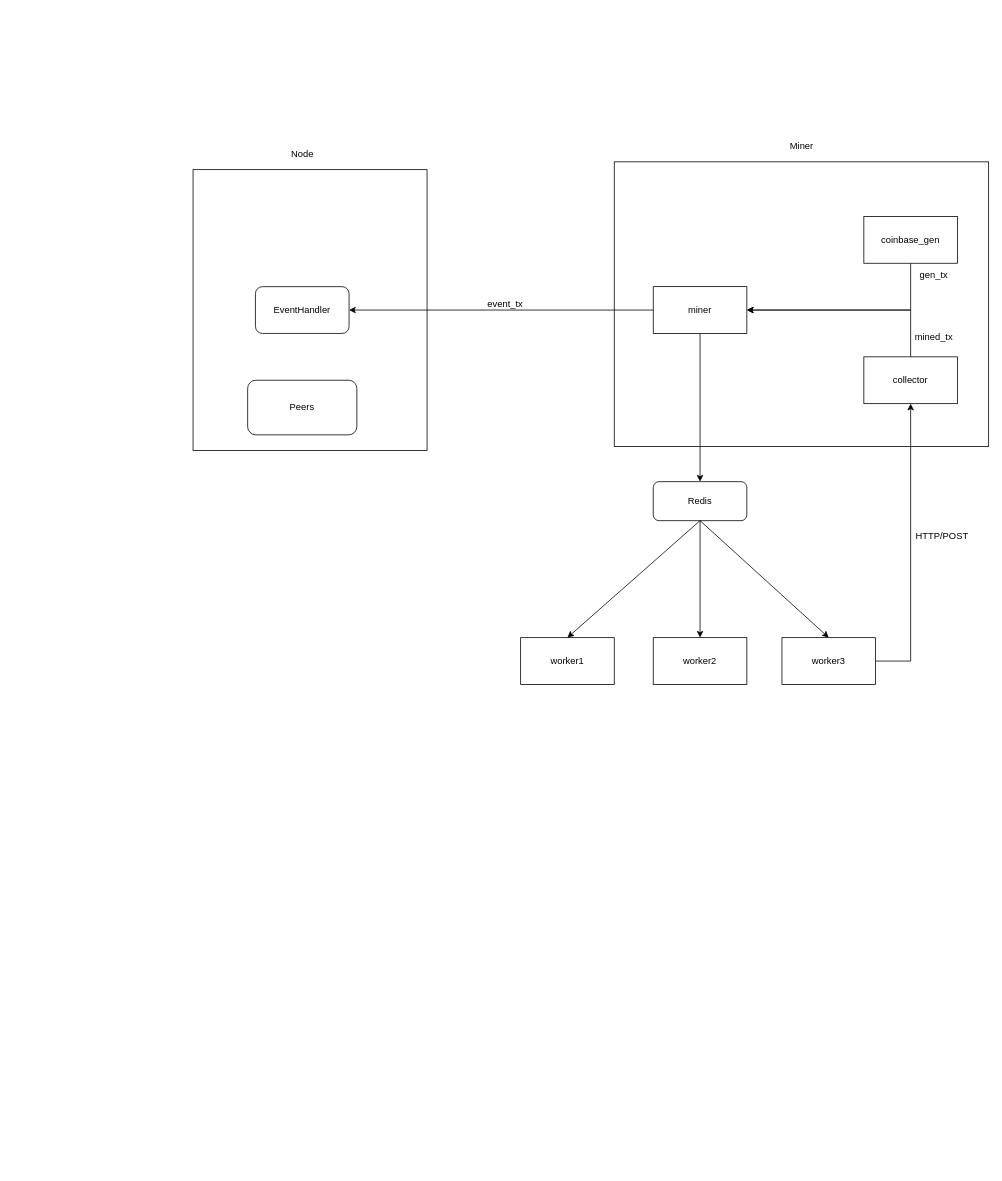
ghostant-1017/hello_world keeps this draw.io diagram as Untitled Diagram.drawio. Above is the earlier version. Source tidied: cells renumbered, new cells numbered last; positions are measured from the earlier drawing's top-left corner, leaving out a move shared by most shapes. Both pictures are drawn from the tidied source at 78%, with x=0, y=0 at pixel (193, 138).
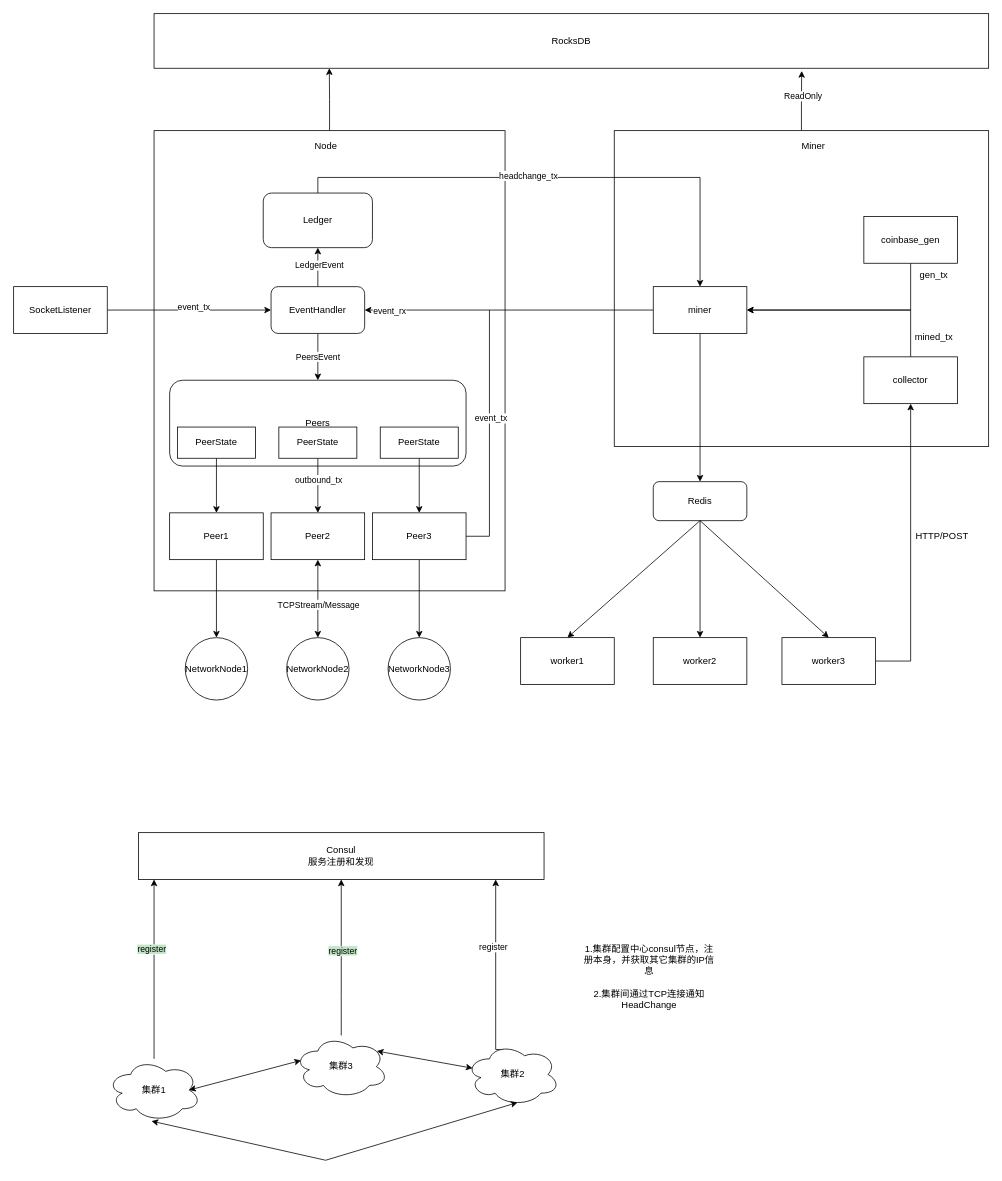
Above is the later version.

Unchanged cells that the change refers to:
```xml
<mxCell id="6" style="edgeStyle=orthogonalEdgeStyle;rounded=0;jettySize=auto;html=1;entryX=1;entryY=0.5;entryDx=0;entryDy=0;" parent="1" edge="1" source="7" target="26">
  <mxGeometry relative="1" as="geometry" />
</mxCell>
<mxCell id="7" value="miner" style="rounded=0;whiteSpace=wrap;html=1;strokeWidth=1;" parent="1" vertex="1">
  <mxGeometry x="590" y="190" width="120" height="60" as="geometry" />
</mxCell>
```

What changed in the source:
```diff
@@
+    <mxCell id="27" style="edgeStyle=orthogonalEdgeStyle;rounded=0;jettySize=auto;html=1;entryX=0.21;entryY=1;entryDx=0;entryDy=0;entryPerimeter=0;" parent="1" edge="1" source="2" target="59">
+      <mxGeometry relative="1" as="geometry" />
+    </mxCell>
     <mxCell id="2" style="rounded=0;whiteSpace=wrap;html=1;" parent="1" vertex="1">
-      <mxGeometry y="40" width="300" height="360" as="geometry" />
+      <mxGeometry x="-50" y="-10" width="450" height="590" as="geometry" />
     </mxCell>
+    <mxCell id="28" style="edgeStyle=orthogonalEdgeStyle;rounded=0;jettySize=auto;html=1;entryX=0.776;entryY=1.05;entryDx=0;entryDy=0;entryPerimeter=0;" parent="1" edge="1" source="3" target="59">
+      <mxGeometry relative="1" as="geometry" />
+    </mxCell>
+    <mxCell id="29" value="ReadOnly" style="edgeLabel;html=1;align=center;verticalAlign=middle;" parent="28" vertex="1">
+      <mxGeometry x="0.2" y="-1" relative="1" as="geometry">
+        <mxPoint y="1" as="offset" />
+      </mxGeometry>
+    </mxCell>
     <mxCell id="3" style="rounded=0;whiteSpace=wrap;html=1;" parent="1" vertex="1">
-      <mxGeometry x="540" y="30" width="480" height="365" as="geometry" />
+      <mxGeometry x="540" y="-10" width="480" height="405" as="geometry" />
     </mxCell>
     <mxCell id="4" value="Miner" style="text;html=1;align=center;verticalAlign=middle;strokeColor=none;fillColor=none;strokeWidth=1;" parent="1" vertex="1">
-      <mxGeometry x="755" width="50" height="20" as="geometry" />
+      <mxGeometry x="770" width="50" height="20" as="geometry" />
     </mxCell>
@@
+    <mxCell id="30" value="event_rx" style="edgeLabel;html=1;align=center;verticalAlign=middle;" parent="6" vertex="1">
+      <mxGeometry x="-0.08" y="-3" relative="1" as="geometry">
+        <mxPoint x="-169" y="3" as="offset" />
+      </mxGeometry>
+    </mxCell>
@@
-    <mxCell id="23" value="event_tx" style="text;html=1;align=center;verticalAlign=middle;strokeColor=none;fillColor=none;" parent="1" vertex="1">
-      <mxGeometry x="370" y="202.5" width="60" height="20" as="geometry" />
-    </mxCell>
     <mxCell id="24" value="Node" style="text;html=1;align=center;verticalAlign=middle;strokeColor=none;fillColor=none;" parent="1" vertex="1">
-      <mxGeometry x="120" y="10" width="40" height="20" as="geometry" />
+      <mxGeometry x="150" width="40" height="20" as="geometry" />
     </mxCell>
     <mxCell id="25" value="Peers" style="rounded=1;whiteSpace=wrap;html=1;strokeWidth=1;" parent="1" vertex="1">
-      <mxGeometry x="70" y="310" width="140" height="70" as="geometry" />
+      <mxGeometry x="-30" y="310" width="380" height="110" as="geometry" />
     </mxCell>
+    <mxCell id="31" value="PeersEvent" style="edgeStyle=orthogonalEdgeStyle;rounded=0;jettySize=auto;html=1;" parent="1" edge="1" source="26" target="25">
+      <mxGeometry relative="1" as="geometry" />
+    </mxCell>
+    <mxCell id="32" style="edgeStyle=orthogonalEdgeStyle;rounded=0;jettySize=auto;html=1;" parent="1" edge="1" source="26" target="41">
+      <mxGeometry relative="1" as="geometry" />
+    </mxCell>
+    <mxCell id="33" value="LedgerEvent" style="edgeLabel;html=1;align=center;verticalAlign=middle;" parent="32" vertex="1">
+      <mxGeometry x="0.12" y="-1" relative="1" as="geometry" />
+    </mxCell>
     <mxCell id="26" value="EventHandler" style="rounded=1;whiteSpace=wrap;html=1;strokeWidth=1;" parent="1" vertex="1">
-      <mxGeometry x="80" y="190" width="120" height="60" as="geometry" />
+      <mxGeometry x="100" y="190" width="120" height="60" as="geometry" />
     </mxCell>
+    <mxCell id="34" style="edgeStyle=orthogonalEdgeStyle;rounded=0;jettySize=auto;html=1;entryX=0.5;entryY=0;entryDx=0;entryDy=0;" parent="1" edge="1" source="35" target="54">
+      <mxGeometry relative="1" as="geometry" />
+    </mxCell>
+    <mxCell id="35" value="Peer1" style="rounded=0;whiteSpace=wrap;html=1;strokeWidth=1;" parent="1" vertex="1">
+      <mxGeometry x="-30" y="480" width="120" height="60" as="geometry" />
+    </mxCell>
+    <mxCell id="36" value="Peer2" style="rounded=0;whiteSpace=wrap;html=1;strokeWidth=1;" parent="1" vertex="1">
+      <mxGeometry x="100" y="480" width="120" height="60" as="geometry" />
+    </mxCell>
+    <mxCell id="37" style="edgeStyle=orthogonalEdgeStyle;rounded=0;jettySize=auto;html=1;entryX=0.5;entryY=0;entryDx=0;entryDy=0;" parent="1" edge="1" source="38" target="55">
+      <mxGeometry relative="1" as="geometry" />
+    </mxCell>
+    <mxCell id="38" value="Peer3" style="rounded=0;whiteSpace=wrap;html=1;strokeWidth=1;" parent="1" vertex="1">
+      <mxGeometry x="230" y="480" width="120" height="60" as="geometry" />
+    </mxCell>
+    <mxCell id="39" style="edgeStyle=orthogonalEdgeStyle;rounded=0;jettySize=auto;html=1;exitX=0.5;exitY=0;exitDx=0;exitDy=0;" parent="1" edge="1" source="41" target="7">
+      <mxGeometry relative="1" as="geometry" />
+    </mxCell>
+    <mxCell id="40" value="headchange_tx" style="edgeLabel;html=1;align=center;verticalAlign=middle;" parent="39" vertex="1">
+      <mxGeometry x="-0.2" y="3" relative="1" as="geometry">
+        <mxPoint x="29" as="offset" />
+      </mxGeometry>
+    </mxCell>
+    <mxCell id="41" value="Ledger" style="rounded=1;whiteSpace=wrap;html=1;strokeWidth=1;" parent="1" vertex="1">
+      <mxGeometry x="90" y="70" width="140" height="70" as="geometry" />
+    </mxCell>
+    <mxCell id="42" style="endArrow=none;html=1;rounded=0;exitX=1;exitY=0.5;exitDx=0;exitDy=0;" parent="1" edge="1" source="38">
+      <mxGeometry relative="1" as="geometry">
+        <mxPoint x="380" y="220" as="targetPoint" />
+        <Array as="points">
+          <mxPoint x="380" y="510" />
+          <mxPoint x="380" y="370" />
+        </Array>
+      </mxGeometry>
+    </mxCell>
+    <mxCell id="43" value="event_tx" style="edgeLabel;html=1;align=center;verticalAlign=middle;" parent="42" vertex="1">
+      <mxGeometry x="0.14" y="-1" relative="1" as="geometry" />
+    </mxCell>
+    <mxCell id="44" value="NetworkNode2" style="ellipse;whiteSpace=wrap;html=1;strokeWidth=1;" parent="1" vertex="1">
+      <mxGeometry x="120" y="640" width="80" height="80" as="geometry" />
+    </mxCell>
+    <mxCell id="45" style="endArrow=classic;startArrow=classic;html=1;rounded=0;entryX=0.5;entryY=1;entryDx=0;entryDy=0;exitX=0.5;exitY=0;exitDx=0;exitDy=0;" parent="1" edge="1" source="44" target="36">
+      <mxGeometry relative="1" as="geometry" />
+    </mxCell>
+    <mxCell id="46" value="TCPStream/Message" style="edgeLabel;html=1;align=center;verticalAlign=middle;" parent="45" vertex="1">
+      <mxGeometry x="0.17" y="-2" relative="1" as="geometry">
+        <mxPoint x="-2" y="16" as="offset" />
+      </mxGeometry>
+    </mxCell>
+    <mxCell id="47" style="edgeStyle=orthogonalEdgeStyle;rounded=0;jettySize=auto;html=1;" parent="1" edge="1" source="48" target="35">
+      <mxGeometry relative="1" as="geometry" />
+    </mxCell>
+    <mxCell id="48" value="PeerState" style="rounded=0;whiteSpace=wrap;html=1;strokeWidth=1;" parent="1" vertex="1">
+      <mxGeometry x="-20" y="370" width="100" height="40" as="geometry" />
+    </mxCell>
+    <mxCell id="49" style="edgeStyle=orthogonalEdgeStyle;rounded=0;jettySize=auto;html=1;" parent="1" edge="1" source="51" target="36">
+      <mxGeometry relative="1" as="geometry" />
+    </mxCell>
+    <mxCell id="50" value="outbound_tx" style="edgeLabel;html=1;align=center;verticalAlign=middle;" parent="49" vertex="1">
+      <mxGeometry x="-0.23" relative="1" as="geometry" />
+    </mxCell>
+    <mxCell id="51" value="PeerState" style="rounded=0;whiteSpace=wrap;html=1;strokeWidth=1;" parent="1" vertex="1">
+      <mxGeometry x="110" y="370" width="100" height="40" as="geometry" />
+    </mxCell>
+    <mxCell id="52" style="edgeStyle=orthogonalEdgeStyle;rounded=0;jettySize=auto;html=1;" parent="1" edge="1" source="53" target="38">
+      <mxGeometry relative="1" as="geometry" />
+    </mxCell>
+    <mxCell id="53" value="PeerState" style="rounded=0;whiteSpace=wrap;html=1;strokeWidth=1;" parent="1" vertex="1">
+      <mxGeometry x="240" y="370" width="100" height="40" as="geometry" />
+    </mxCell>
+    <mxCell id="54" value="NetworkNode1" style="ellipse;whiteSpace=wrap;html=1;strokeWidth=1;" parent="1" vertex="1">
+      <mxGeometry x="-10" y="640" width="80" height="80" as="geometry" />
+    </mxCell>
+    <mxCell id="55" value="NetworkNode3" style="ellipse;whiteSpace=wrap;html=1;strokeWidth=1;" parent="1" vertex="1">
+      <mxGeometry x="250" y="640" width="80" height="80" as="geometry" />
+    </mxCell>
+    <mxCell id="56" style="edgeStyle=orthogonalEdgeStyle;rounded=0;jettySize=auto;html=1;entryX=0;entryY=0.5;entryDx=0;entryDy=0;" parent="1" edge="1" source="58" target="26">
+      <mxGeometry relative="1" as="geometry" />
+    </mxCell>
+    <mxCell id="57" value="event_tx" style="edgeLabel;html=1;align=center;verticalAlign=middle;" parent="56" vertex="1">
+      <mxGeometry x="0.05" y="4" relative="1" as="geometry" />
+    </mxCell>
+    <mxCell id="58" value="SocketListener" style="rounded=0;whiteSpace=wrap;html=1;strokeWidth=1;" parent="1" vertex="1">
+      <mxGeometry x="-230" y="190" width="120" height="60" as="geometry" />
+    </mxCell>
+    <mxCell id="59" value="RocksDB" style="rounded=0;whiteSpace=wrap;html=1;strokeWidth=1;" parent="1" vertex="1">
+      <mxGeometry x="-50" y="-160" width="1070" height="70" as="geometry" />
+    </mxCell>
+    <mxCell id="60" style="edgeStyle=orthogonalEdgeStyle;rounded=0;jettySize=auto;html=1;" parent="1" edge="1" source="62" target="70">
+      <mxGeometry relative="1" as="geometry">
+        <Array as="points">
+          <mxPoint x="-50" y="1010" />
+          <mxPoint x="-50" y="1010" />
+        </Array>
+      </mxGeometry>
+    </mxCell>
+    <mxCell id="61" value="&lt;span style=&quot;background-color: rgb(193 , 230 , 198)&quot;&gt;register&lt;/span&gt;" style="edgeLabel;html=1;align=center;verticalAlign=middle;" parent="60" vertex="1">
+      <mxGeometry x="0.23" y="4" relative="1" as="geometry" />
+    </mxCell>
+    <mxCell id="62" value="集群1" style="ellipse;shape=cloud;whiteSpace=wrap;html=1;strokeWidth=1;" parent="1" vertex="1">
+      <mxGeometry x="-110" y="1180" width="120" height="80" as="geometry" />
+    </mxCell>
+    <mxCell id="63" style="edgeStyle=orthogonalEdgeStyle;rounded=0;jettySize=auto;html=1;exitX=0.4;exitY=0.1;exitDx=0;exitDy=0;exitPerimeter=0;" parent="1" edge="1" source="65" target="70">
+      <mxGeometry relative="1" as="geometry">
+        <Array as="points">
+          <mxPoint x="388" y="1168" />
+        </Array>
+      </mxGeometry>
+    </mxCell>
+    <mxCell id="64" value="register" style="edgeLabel;html=1;align=center;verticalAlign=middle;" parent="63" vertex="1">
+      <mxGeometry x="0.24" y="4" relative="1" as="geometry">
+        <mxPoint y="-1" as="offset" />
+      </mxGeometry>
+    </mxCell>
+    <mxCell id="65" value="集群2" style="ellipse;shape=cloud;whiteSpace=wrap;html=1;strokeWidth=1;" parent="1" vertex="1">
+      <mxGeometry x="350" y="1160" width="120" height="80" as="geometry" />
+    </mxCell>
+    <mxCell id="66" style="edgeStyle=orthogonalEdgeStyle;rounded=0;jettySize=auto;html=1;entryX=0.5;entryY=1;entryDx=0;entryDy=0;" parent="1" edge="1" source="68" target="70">
+      <mxGeometry relative="1" as="geometry">
+        <Array as="points">
+          <mxPoint x="190" y="1100" />
+          <mxPoint x="190" y="1100" />
+        </Array>
+      </mxGeometry>
+    </mxCell>
+    <mxCell id="67" value="&lt;span style=&quot;background-color: rgb(193 , 230 , 198)&quot;&gt;register&lt;/span&gt;" style="edgeLabel;html=1;align=center;verticalAlign=middle;" parent="66" vertex="1">
+      <mxGeometry x="0.09" y="-1" relative="1" as="geometry" />
+    </mxCell>
+    <mxCell id="68" value="集群3" style="ellipse;shape=cloud;whiteSpace=wrap;html=1;strokeWidth=1;" parent="1" vertex="1">
+      <mxGeometry x="130" y="1150" width="120" height="80" as="geometry" />
+    </mxCell>
+    <mxCell id="69" style="endArrow=classic;startArrow=classic;html=1;rounded=0;entryX=0.07;entryY=0.4;entryDx=0;entryDy=0;entryPerimeter=0;exitX=0.88;exitY=0.25;exitDx=0;exitDy=0;exitPerimeter=0;" parent="1" edge="1" source="68" target="65">
+      <mxGeometry relative="1" as="geometry" />
+    </mxCell>
+    <mxCell id="70" value="Consul&lt;br&gt;服务注册和发现" style="rounded=0;whiteSpace=wrap;html=1;strokeWidth=1;" parent="1" vertex="1">
+      <mxGeometry x="-70" y="890" width="520" height="60" as="geometry" />
+    </mxCell>
+    <mxCell id="71" style="endArrow=classic;startArrow=classic;html=1;rounded=0;entryX=0.875;entryY=0.5;entryDx=0;entryDy=0;entryPerimeter=0;exitX=0.07;exitY=0.4;exitDx=0;exitDy=0;exitPerimeter=0;" parent="1" edge="1" source="68" target="62">
+      <mxGeometry relative="1" as="geometry" />
+    </mxCell>
+    <mxCell id="72" style="endArrow=classic;startArrow=classic;html=1;rounded=0;exitX=0.473;exitY=0.998;exitDx=0;exitDy=0;exitPerimeter=0;entryX=0.55;entryY=0.95;entryDx=0;entryDy=0;entryPerimeter=0;" parent="1" edge="1" source="62" target="65">
+      <mxGeometry relative="1" as="geometry">
+        <Array as="points">
+          <mxPoint x="170" y="1310" />
+        </Array>
+      </mxGeometry>
+    </mxCell>
+    <mxCell id="73" value="1.集群配置中心consul节点，注册本身，并获取其它集群的IP信息&lt;br&gt;&lt;br&gt;2.集群间通过TCP连接通知HeadChange" style="text;html=1;strokeColor=none;fillColor=none;align=center;verticalAlign=middle;whiteSpace=wrap;rounded=0;" parent="1" vertex="1">
+      <mxGeometry x="500" y="1000" width="170" height="150" as="geometry" />
+    </mxCell>
```
